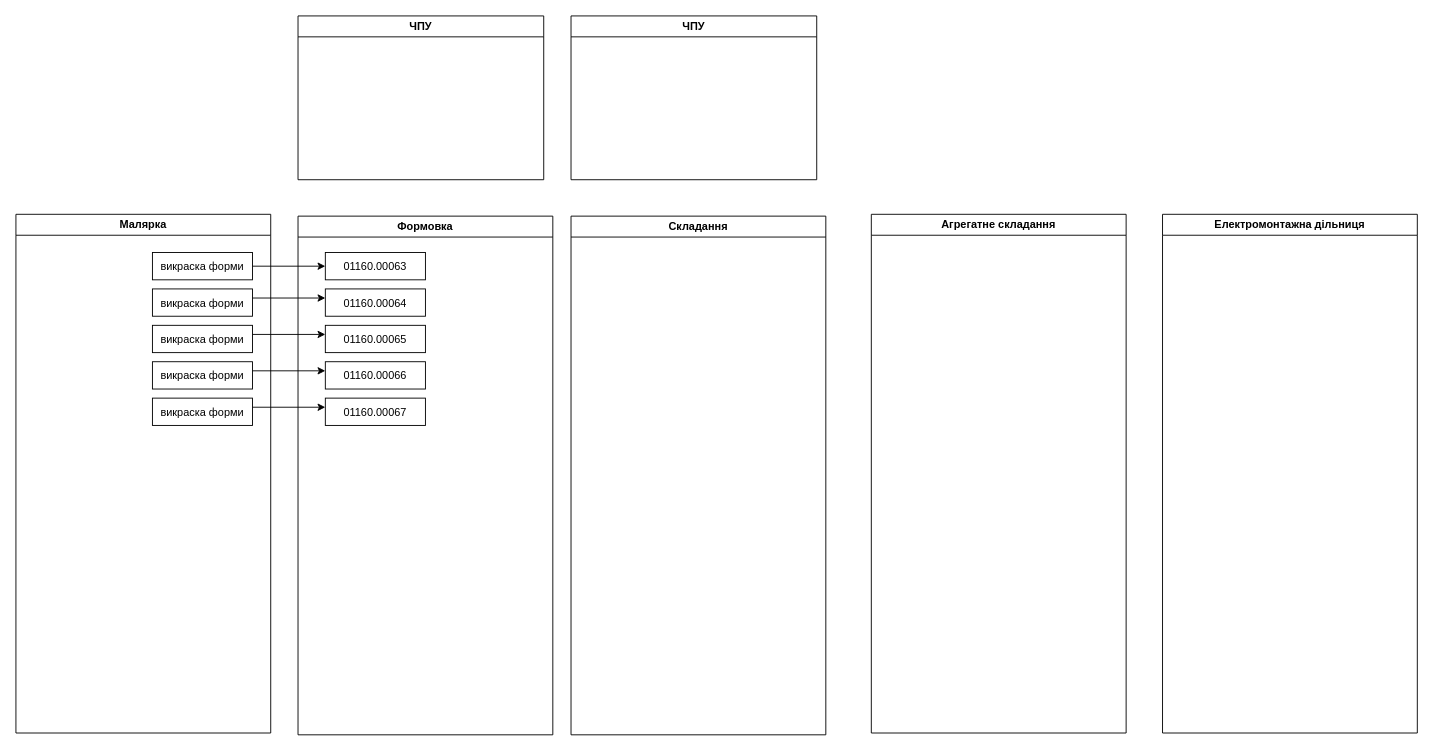
The draw.io diagram Діаграма без назви.drawio in Narityana/Tutorial, before the edit. Source tidied: cells renumbered, new cells numbered last; positions are measured from the earlier drawing's top-left corner, leaving out a move shared by most shapes. Both pictures are drawn from the tidied source at 91%, with x=0, y=0 at pixel (15, 15).
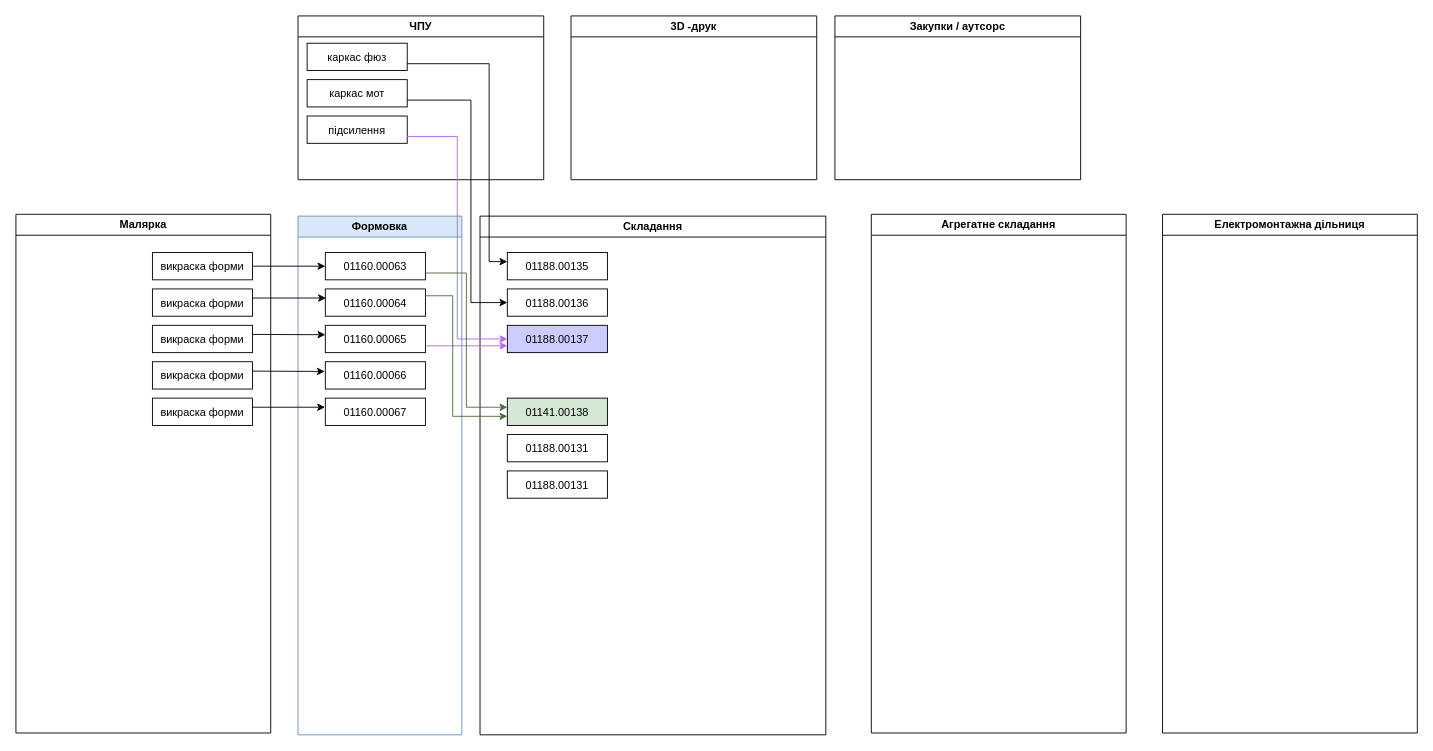
After the change.

The change refers to these unchanged cells:
```xml
<mxCell id="6" value="викраска форми" parent="2" vertex="1">
  <mxGeometry x="150" y="202" width="110" height="30" as="geometry" />
</mxCell>
<mxCell id="7" value="викраска форми" parent="2" vertex="1">
  <mxGeometry x="150" y="162" width="110" height="30" as="geometry" />
</mxCell>
<mxCell id="12" value="01160.00063" parent="11" vertex="1">
  <mxGeometry x="30" y="40" width="110" height="30" as="geometry" />
</mxCell>
<mxCell id="13" value="01160.00064" parent="11" vertex="1">
  <mxGeometry x="30" y="80" width="110" height="30" as="geometry" />
</mxCell>
<mxCell id="14" value="01160.00065" parent="11" vertex="1">
  <mxGeometry x="30" y="120" width="110" height="30" as="geometry" />
</mxCell>
<mxCell id="15" value="01160.00067" parent="11" vertex="1">
  <mxGeometry x="30" y="200" width="110" height="30" as="geometry" />
</mxCell>
<mxCell id="16" value="01160.00066" parent="11" vertex="1">
  <mxGeometry x="30" y="160" width="110" height="30" as="geometry" />
</mxCell>
```

What changed in the source:
```diff
@@
     <mxCell id="8" value="Складання" style="swimlane;whiteSpace=wrap;" parent="1" vertex="1">
-      <mxGeometry x="610" y="220" width="280" height="570" as="geometry" />
+      <mxGeometry x="510" y="220" width="380" height="570" as="geometry" />
     </mxCell>
+    <mxCell id="24" value="01188.00135" parent="8" vertex="1">
+      <mxGeometry x="30" y="40" width="110" height="30" as="geometry" />
+    </mxCell>
+    <mxCell id="25" value="01188.00136" parent="8" vertex="1">
+      <mxGeometry x="30" y="80" width="110" height="30" as="geometry" />
+    </mxCell>
+    <mxCell id="26" value="01188.00137" style="fillColor=#CCCCFF;" parent="8" vertex="1">
+      <mxGeometry x="30" y="120" width="110" height="30" as="geometry" />
+    </mxCell>
+    <mxCell id="27" value="01141.00138" style="fillColor=#D5E8D4;" parent="8" vertex="1">
+      <mxGeometry x="30" y="200" width="110" height="30" as="geometry" />
+    </mxCell>
+    <mxCell id="28" value="01188.00131" parent="8" vertex="1">
+      <mxGeometry x="30" y="240" width="110" height="30" as="geometry" />
+    </mxCell>
+    <mxCell id="29" value="01188.00131" parent="8" vertex="1">
+      <mxGeometry x="30" y="280" width="110" height="30" as="geometry" />
+    </mxCell>
@@
-    <mxCell id="11" value="Формовка" style="swimlane;whiteSpace=wrap;" parent="1" vertex="1">
-      <mxGeometry x="310" y="220" width="280" height="570" as="geometry" />
+    <mxCell id="11" value="Формовка" style="swimlane;whiteSpace=wrap;fillColor=#dae8fc;strokeColor=#6c8ebf;shadow=0;glass=0;rounded=0;swimlaneFillColor=none;" parent="1" vertex="1">
+      <mxGeometry x="310" y="220" width="180" height="570" as="geometry" />
     </mxCell>
@@
-    <mxCell id="17" style="endArrow=classic;html=1;rounded=0;exitX=1;exitY=0.5;exitDx=0;exitDy=0;entryX=0;entryY=0.5;entryDx=0;entryDy=0;" parent="11" edge="1">
-      <mxGeometry relative="1" as="geometry">
-        <mxPoint x="-50" y="210" as="sourcePoint" />
-        <mxPoint x="30" y="210" as="targetPoint" />
-      </mxGeometry>
-    </mxCell>
@@
-    <mxCell id="19" style="endArrow=classic;html=1;rounded=0;exitX=1;exitY=0.5;exitDx=0;exitDy=0;entryX=0;entryY=0.5;entryDx=0;entryDy=0;" parent="1" edge="1">
+    <mxCell id="19" style="endArrow=classic;html=1;rounded=0;exitX=1;exitY=0.5;exitDx=0;exitDy=0;entryX=0.006;entryY=0.333;entryDx=0;entryDy=0;entryPerimeter=0;" parent="1" edge="1" target="13">
       <mxGeometry relative="1" as="geometry">
         <mxPoint x="260" y="310" as="sourcePoint" />
-        <mxPoint x="340" y="310" as="targetPoint" />
       </mxGeometry>
     </mxCell>
-    <mxCell id="20" style="endArrow=classic;html=1;rounded=0;exitX=1;exitY=0.5;exitDx=0;exitDy=0;entryX=0;entryY=0.5;entryDx=0;entryDy=0;" parent="1" edge="1">
+    <mxCell id="20" style="endArrow=classic;html=1;rounded=0;exitX=1;exitY=0.5;exitDx=0;exitDy=0;entryX=0;entryY=0.344;entryDx=0;entryDy=0;entryPerimeter=0;" parent="1" edge="1" target="14">
       <mxGeometry relative="1" as="geometry">
         <mxPoint x="260" y="350" as="sourcePoint" />
-        <mxPoint x="340" y="350" as="targetPoint" />
       </mxGeometry>
     </mxCell>
+    <mxCell id="22" value="ЧПУ" style="swimlane;whiteSpace=wrap;" parent="1" vertex="1">
+      <mxGeometry x="310" width="270" height="180" as="geometry" />
+    </mxCell>
+    <mxCell id="30" value="каркас фюз" parent="22" vertex="1">
+      <mxGeometry x="10" y="30" width="110" height="30" as="geometry" />
+    </mxCell>
+    <mxCell id="31" value="каркас мот" parent="22" vertex="1">
+      <mxGeometry x="10" y="70" width="110" height="30" as="geometry" />
+    </mxCell>
+    <mxCell id="32" value="підсилення" parent="22" vertex="1">
+      <mxGeometry x="10" y="110" width="110" height="30" as="geometry" />
+    </mxCell>
+    <mxCell id="23" value="3D -друк" style="swimlane;whiteSpace=wrap;startSize=23;" parent="1" vertex="1">
+      <mxGeometry x="610" width="270" height="180" as="geometry" />
+    </mxCell>
+    <mxCell id="33" value="Закупки / аутсорс" style="swimlane;whiteSpace=wrap;startSize=23;" parent="1" vertex="1">
+      <mxGeometry x="900" width="270" height="180" as="geometry" />
+    </mxCell>
+    <mxCell id="34" style="edgeStyle=orthogonalEdgeStyle;rounded=0;jettySize=auto;html=1;exitX=1;exitY=0.75;exitDx=0;exitDy=0;" parent="1" edge="1" source="30" target="24">
+      <mxGeometry relative="1" as="geometry">
+        <Array as="points">
+          <mxPoint x="520" y="53" />
+          <mxPoint x="520" y="270" />
+        </Array>
+      </mxGeometry>
+    </mxCell>
+    <mxCell id="35" style="edgeStyle=orthogonalEdgeStyle;rounded=0;jettySize=auto;html=1;exitX=1;exitY=0.75;exitDx=0;exitDy=0;entryX=0;entryY=0.5;entryDx=0;entryDy=0;" parent="1" edge="1" source="31" target="25">
+      <mxGeometry relative="1" as="geometry">
+        <Array as="points">
+          <mxPoint x="500" y="93" />
+          <mxPoint x="500" y="315" />
+        </Array>
+      </mxGeometry>
+    </mxCell>
+    <mxCell id="36" style="edgeStyle=orthogonalEdgeStyle;rounded=0;jettySize=auto;html=1;exitX=1;exitY=0.75;exitDx=0;exitDy=0;entryX=0;entryY=0.75;entryDx=0;entryDy=0;strokeColor=#B266FF;" parent="1" edge="1" source="14" target="26">
+      <mxGeometry relative="1" as="geometry" />
+    </mxCell>
+    <mxCell id="37" style="edgeStyle=orthogonalEdgeStyle;rounded=0;jettySize=auto;html=1;exitX=1;exitY=0.75;exitDx=0;exitDy=0;entryX=0;entryY=0.5;entryDx=0;entryDy=0;strokeColor=#B266FF;" parent="1" edge="1" source="32" target="26">
+      <mxGeometry relative="1" as="geometry" />
+    </mxCell>
+    <mxCell id="38" style="edgeStyle=orthogonalEdgeStyle;rounded=0;jettySize=auto;html=1;exitX=1;exitY=0.75;exitDx=0;exitDy=0;fillColor=#d5e8d4;strokeColor=#4D6A3C;" parent="1" edge="1" source="12" target="27">
+      <mxGeometry relative="1" as="geometry">
+        <Array as="points">
+          <mxPoint x="495" y="283" />
+          <mxPoint x="495" y="430" />
+        </Array>
+      </mxGeometry>
+    </mxCell>
+    <mxCell id="39" style="edgeStyle=orthogonalEdgeStyle;rounded=0;jettySize=auto;html=1;exitX=1;exitY=0.25;exitDx=0;exitDy=0;fillColor=#d5e8d4;strokeColor=#4D6A3C;" parent="1" edge="1" source="13" target="27">
+      <mxGeometry relative="1" as="geometry">
+        <Array as="points">
+          <mxPoint x="480" y="308" />
+          <mxPoint x="480" y="440" />
+        </Array>
+      </mxGeometry>
+    </mxCell>
-    <mxCell id="21" style="endArrow=classic;html=1;rounded=0;exitX=1;exitY=0.5;exitDx=0;exitDy=0;entryX=0;entryY=0.5;entryDx=0;entryDy=0;" parent="1" edge="1">
-      <mxGeometry relative="1" as="geometry">
-        <mxPoint x="260" y="390" as="sourcePoint" />
-        <mxPoint x="340" y="390" as="targetPoint" />
-      </mxGeometry>
+    <mxCell id="21" style="endArrow=classic;html=1;rounded=0;exitX=1.003;exitY=0.344;exitDx=0;exitDy=0;entryX=-0.006;entryY=0.356;entryDx=0;entryDy=0;entryPerimeter=0;exitPerimeter=0;" parent="1" edge="1" source="7" target="16">
+      <mxGeometry relative="1" as="geometry" />
     </mxCell>
-    <mxCell id="22" value="ЧПУ" style="swimlane;whiteSpace=wrap;" parent="1" vertex="1">
-      <mxGeometry x="310" width="270" height="180" as="geometry" />
-    </mxCell>
-    <mxCell id="23" value="ЧПУ" style="swimlane;whiteSpace=wrap;startSize=23;" parent="1" vertex="1">
-      <mxGeometry x="610" width="270" height="180" as="geometry" />
-    </mxCell>
+    <mxCell id="17" style="endArrow=classic;html=1;rounded=0;exitX=0.994;exitY=0.333;exitDx=0;exitDy=0;entryX=-0.003;entryY=0.333;entryDx=0;entryDy=0;entryPerimeter=0;exitPerimeter=0;" parent="1" edge="1" source="6" target="15">
+      <mxGeometry relative="1" as="geometry" />
+    </mxCell>
```
